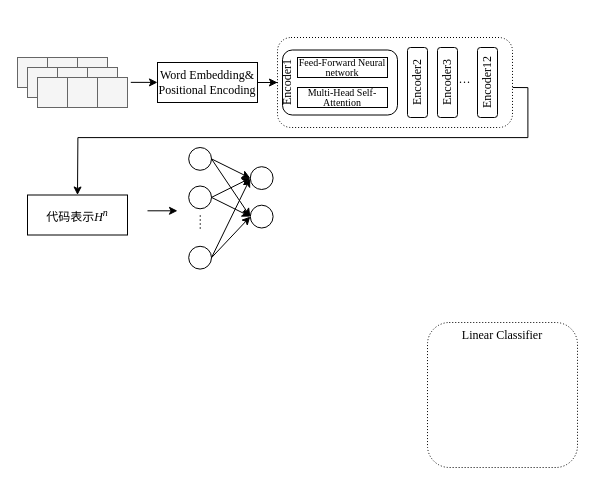
Before: 分类器学习.drawio in Adam-01/diagrams, a draw.io diagram. Source tidied: cells renumbered, new cells numbered last; positions are measured from the earlier drawing's top-left corner, leaving out a move shared by most shapes. Both pictures are drawn from the tidied source at 100%, with x=0, y=0 at pixel (17, 37).
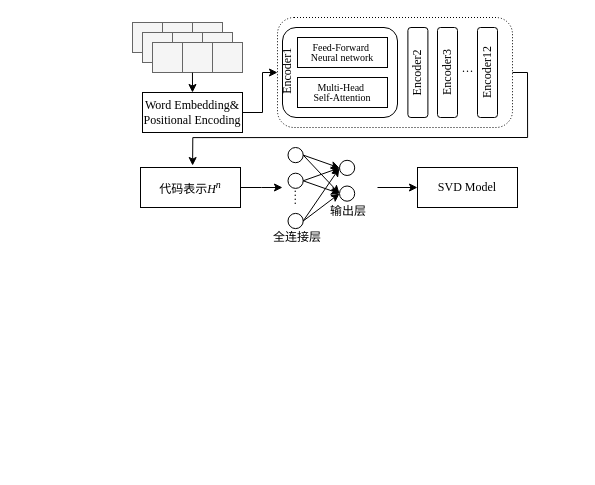
The same page after the edit.

Commit message (it also covers changes not shown here):
更新分类器学习.drawio

Diff of the diagram source:
```diff
@@
-    <mxCell id="2" value="&lt;div style=&quot;line-height: 100%;&quot;&gt;&lt;font style=&quot;font-size: 12px;&quot;&gt;Linear&amp;nbsp;&lt;/font&gt;&lt;span style=&quot;background-color: initial;&quot;&gt;Classifier&lt;/span&gt;&lt;/div&gt;" style="whiteSpace=wrap;html=1;rounded=1;fontFamily=Times New Roman;verticalAlign=top;strokeColor=default;dashed=1;dashPattern=1 2;" parent="1" vertex="1">
-      <mxGeometry x="410" y="285" width="150" height="145" as="geometry" />
-    </mxCell>
-    <mxCell id="3" style="edgeStyle=orthogonalEdgeStyle;rounded=0;jettySize=auto;html=1;exitX=1.11;exitY=0.162;exitDx=0;exitDy=0;entryX=0;entryY=0.5;entryDx=0;entryDy=0;exitPerimeter=0;fontFamily=Times New Roman;" parent="1" edge="1" source="14" target="5">
-      <mxGeometry relative="1" as="geometry" />
-    </mxCell>
@@
     <mxCell id="5" value="&lt;font style=&quot;font-size: 12px;&quot;&gt;Word Embedding&amp;amp;&lt;/font&gt;&lt;div&gt;&lt;font style=&quot;font-size: 12px;&quot;&gt;&lt;font&gt;Positional Encoding&lt;/font&gt;&lt;br&gt;&lt;/font&gt;&lt;/div&gt;" style="rounded=0;whiteSpace=wrap;html=1;fontFamily=Times New Roman;" parent="1" vertex="1">
-      <mxGeometry x="140" y="25" width="100" height="40" as="geometry" />
+      <mxGeometry x="125" y="55" width="100" height="40" as="geometry" />
     </mxCell>
     <mxCell id="6" style="whiteSpace=wrap;html=1;rounded=0;fillColor=#f5f5f5;fontColor=#333333;strokeColor=#666666;fontFamily=Times New Roman;" parent="1" vertex="1">
-      <mxGeometry y="20" width="30" height="30" as="geometry" />
+      <mxGeometry x="115" y="-15" width="30" height="30" as="geometry" />
     </mxCell>
     <mxCell id="7" style="whiteSpace=wrap;html=1;rounded=0;fillColor=#f5f5f5;fontColor=#333333;strokeColor=#666666;fontFamily=Times New Roman;" parent="1" vertex="1">
-      <mxGeometry x="30" y="20" width="30" height="30" as="geometry" />
+      <mxGeometry x="145" y="-15" width="30" height="30" as="geometry" />
     </mxCell>
     <mxCell id="8" style="whiteSpace=wrap;html=1;rounded=0;fillColor=#f5f5f5;fontColor=#333333;strokeColor=#666666;fontFamily=Times New Roman;" parent="1" vertex="1">
-      <mxGeometry x="60" y="20" width="30" height="30" as="geometry" />
+      <mxGeometry x="175" y="-15" width="30" height="30" as="geometry" />
     </mxCell>
     <mxCell id="9" style="whiteSpace=wrap;html=1;rounded=0;fillColor=#f5f5f5;fontColor=#333333;strokeColor=#666666;fontFamily=Times New Roman;" parent="1" vertex="1">
-      <mxGeometry x="10" y="30" width="30" height="30" as="geometry" />
+      <mxGeometry x="125" y="-5" width="30" height="30" as="geometry" />
     </mxCell>
     <mxCell id="10" style="whiteSpace=wrap;html=1;rounded=0;fillColor=#f5f5f5;fontColor=#333333;strokeColor=#666666;fontFamily=Times New Roman;" parent="1" vertex="1">
-      <mxGeometry x="40" y="30" width="30" height="30" as="geometry" />
+      <mxGeometry x="155" y="-5" width="30" height="30" as="geometry" />
     </mxCell>
     <mxCell id="11" style="whiteSpace=wrap;html=1;rounded=0;fillColor=#f5f5f5;fontColor=#333333;strokeColor=#666666;fontFamily=Times New Roman;" parent="1" vertex="1">
-      <mxGeometry x="70" y="30" width="30" height="30" as="geometry" />
+      <mxGeometry x="185" y="-5" width="30" height="30" as="geometry" />
     </mxCell>
     <mxCell id="12" style="whiteSpace=wrap;html=1;rounded=0;fillColor=#f5f5f5;fontColor=#333333;strokeColor=#666666;fontFamily=Times New Roman;" parent="1" vertex="1">
-      <mxGeometry x="20" y="40" width="30" height="30" as="geometry" />
+      <mxGeometry x="135" y="5" width="30" height="30" as="geometry" />
     </mxCell>
     <mxCell id="13" style="whiteSpace=wrap;html=1;rounded=0;fillColor=#f5f5f5;fontColor=#333333;strokeColor=#666666;fontFamily=Times New Roman;" parent="1" vertex="1">
-      <mxGeometry x="50" y="40" width="30" height="30" as="geometry" />
+      <mxGeometry x="165" y="5" width="30" height="30" as="geometry" />
     </mxCell>
     <mxCell id="14" style="whiteSpace=wrap;html=1;rounded=0;fillColor=#f5f5f5;fontColor=#333333;strokeColor=#666666;fontFamily=Times New Roman;" parent="1" vertex="1">
-      <mxGeometry x="80" y="40" width="30" height="30" as="geometry" />
+      <mxGeometry x="195" y="5" width="30" height="30" as="geometry" />
     </mxCell>
     <mxCell id="15" style="rounded=1;whiteSpace=wrap;html=1;fillColor=none;dashed=1;dashPattern=1 2;fontFamily=Times New Roman;" parent="1" vertex="1">
-      <mxGeometry x="260" width="235" height="90" as="geometry" />
+      <mxGeometry x="260" y="-20" width="235" height="110" as="geometry" />
     </mxCell>
     <mxCell id="16" value="&lt;div style=&quot;&quot;&gt;&lt;br&gt;&lt;/div&gt;" style="rounded=1;whiteSpace=wrap;html=1;fillColor=none;align=left;horizontal=0;labelPosition=center;verticalLabelPosition=middle;verticalAlign=middle;textDirection=ltr;fontFamily=Times New Roman;" parent="1" vertex="1">
-      <mxGeometry x="265" y="12.5" width="115" height="65" as="geometry" />
+      <mxGeometry x="265" y="-10" width="115" height="90" as="geometry" />
     </mxCell>
-    <mxCell id="17" value="&lt;div style=&quot;line-height: 100%; font-size: 10px;&quot;&gt;&lt;font style=&quot;font-size: 10px;&quot;&gt;Feed-Forward&amp;nbsp;&lt;/font&gt;&lt;span style=&quot;background-color: initial;&quot;&gt;Neural network&lt;/span&gt;&lt;/div&gt;" style="rounded=0;whiteSpace=wrap;html=1;fontFamily=Times New Roman;" parent="1" vertex="1">
-      <mxGeometry x="280" y="20" width="90" height="20" as="geometry" />
+    <mxCell id="17" value="&lt;div style=&quot;line-height: 100%; font-size: 10px;&quot;&gt;&lt;font style=&quot;font-size: 10px;&quot;&gt;Feed-Forward&amp;nbsp;&lt;/font&gt;&lt;/div&gt;&lt;div style=&quot;line-height: 100%; font-size: 10px;&quot;&gt;&lt;span style=&quot;background-color: initial;&quot;&gt;Neural network&lt;/span&gt;&lt;/div&gt;" style="rounded=0;whiteSpace=wrap;html=1;fontFamily=Times New Roman;" parent="1" vertex="1">
+      <mxGeometry x="280" width="90" height="30" as="geometry" />
     </mxCell>
-    <mxCell id="18" value="&lt;div style=&quot;font-size: 10px; line-height: 100%;&quot;&gt;&lt;font style=&quot;font-size: 10px;&quot;&gt;&lt;font style=&quot;font-size: 10px;&quot;&gt;Multi-Head&amp;nbsp;&lt;/font&gt;&lt;span style=&quot;background-color: initial;&quot;&gt;Self-Attention&lt;/span&gt;&lt;/font&gt;&lt;/div&gt;" style="rounded=0;whiteSpace=wrap;html=1;fontFamily=Times New Roman;" parent="1" vertex="1">
-      <mxGeometry x="280" y="50" width="90" height="20" as="geometry" />
+    <mxCell id="18" value="&lt;div style=&quot;line-height: 100%; font-size: 10px;&quot;&gt;&lt;font style=&quot;font-size: 10px;&quot;&gt;&lt;font style=&quot;font-size: 10px;&quot;&gt;Multi-Head&amp;nbsp;&lt;/font&gt;&lt;/font&gt;&lt;/div&gt;&lt;div style=&quot;line-height: 100%; font-size: 10px;&quot;&gt;&lt;font style=&quot;font-size: 10px;&quot;&gt;&lt;span style=&quot;background-color: initial;&quot;&gt;Self-Attention&lt;/span&gt;&lt;/font&gt;&lt;/div&gt;" style="rounded=0;whiteSpace=wrap;html=1;fontFamily=Times New Roman;" parent="1" vertex="1">
+      <mxGeometry x="280" y="40" width="90" height="30" as="geometry" />
     </mxCell>
     <mxCell id="19" value="&lt;div style=&quot;&quot;&gt;&lt;span style=&quot;background-color: initial;&quot;&gt;Encoder2&lt;/span&gt;&lt;/div&gt;" style="rounded=1;whiteSpace=wrap;html=1;fillColor=none;horizontal=0;align=center;fontFamily=Times New Roman;" parent="1" vertex="1">
-      <mxGeometry x="390" y="10" width="20" height="70" as="geometry" />
+      <mxGeometry x="390.4" y="-10" width="20" height="90" as="geometry" />
     </mxCell>
     <mxCell id="20" value="&lt;span style=&quot;&quot;&gt;Encoder3&lt;/span&gt;" style="rounded=1;whiteSpace=wrap;html=1;fillColor=none;horizontal=0;fontFamily=Times New Roman;" parent="1" vertex="1">
-      <mxGeometry x="420" y="10" width="20" height="70" as="geometry" />
+      <mxGeometry x="420" y="-10" width="20" height="90" as="geometry" />
     </mxCell>
     <mxCell id="21" value="&lt;span style=&quot;&quot;&gt;Encoder12&lt;/span&gt;" style="rounded=1;whiteSpace=wrap;html=1;fillColor=none;horizontal=0;fontFamily=Times New Roman;" parent="1" vertex="1">
-      <mxGeometry x="460" y="10" width="20" height="70" as="geometry" />
+      <mxGeometry x="460" y="-10" width="20" height="90" as="geometry" />
     </mxCell>
     <mxCell id="22" value="&lt;span style=&quot;text-align: left;&quot;&gt;Encoder1&lt;/span&gt;" style="text;html=1;align=center;verticalAlign=middle;whiteSpace=wrap;rounded=0;horizontal=0;fontFamily=Times New Roman;" parent="1" vertex="1">
-      <mxGeometry x="260" y="20" width="20" height="50" as="geometry" />
+      <mxGeometry x="260" y="8.8" width="20" height="50" as="geometry" />
     </mxCell>
     <mxCell id="23" value="···" style="text;html=1;align=center;verticalAlign=middle;whiteSpace=wrap;rounded=0;fontFamily=Times New Roman;" parent="1" vertex="1">
-      <mxGeometry x="435" y="35" width="25" height="20" as="geometry" />
+      <mxGeometry x="437.5" y="23.8" width="25" height="20" as="geometry" />
     </mxCell>
     <mxCell id="24" value="&lt;div&gt;&lt;font style=&quot;font-size: 12px;&quot;&gt;&lt;font face=&quot;宋体&quot;&gt;代码表示&lt;/font&gt;&lt;i style=&quot;&quot;&gt;H&lt;/i&gt;&lt;sup style=&quot;font-style: italic;&quot;&gt;n&lt;/sup&gt;&lt;br&gt;&lt;/font&gt;&lt;/div&gt;" style="rounded=0;whiteSpace=wrap;html=1;fontFamily=Times New Roman;" parent="1" vertex="1">
-      <mxGeometry x="10" y="157.5" width="100" height="40" as="geometry" />
+      <mxGeometry x="123" y="130" width="100" height="40" as="geometry" />
     </mxCell>
-    <mxCell id="25" style="endArrow=classic;html=1;rounded=0;entryX=0.5;entryY=0;entryDx=0;entryDy=0;exitX=0.999;exitY=0.554;exitDx=0;exitDy=0;exitPerimeter=0;fontFamily=Times New Roman;" parent="1" edge="1" target="24">
+    <mxCell id="25" style="endArrow=classic;html=1;rounded=0;fontFamily=Times New Roman;entryX=0.521;entryY=-0.049;entryDx=0;entryDy=0;entryPerimeter=0;exitX=1;exitY=0.5;exitDx=0;exitDy=0;" parent="1" edge="1" source="15" target="24">
       <mxGeometry relative="1" as="geometry">
-        <mxPoint x="495.2" y="50" as="sourcePoint" />
         <Array as="points">
-          <mxPoint x="510.4" y="50.1" />
-          <mxPoint x="510.4" y="100.1" />
-          <mxPoint x="60.4" y="100.1" />
+          <mxPoint x="510" y="35" />
+          <mxPoint x="510.1" y="100" />
+          <mxPoint x="175.3" y="100.1" />
         </Array>
       </mxGeometry>
     </mxCell>
-    <mxCell id="26" style="edgeStyle=orthogonalEdgeStyle;rounded=0;orthogonalLoop=1;jettySize=auto;html=1;fontFamily=Times New Roman;" parent="1" edge="1">
+    <mxCell id="26" style="edgeStyle=orthogonalEdgeStyle;rounded=0;jettySize=auto;html=1;fontFamily=Times New Roman;exitX=1;exitY=0.5;exitDx=0;exitDy=0;" parent="1" edge="1" source="24">
       <mxGeometry relative="1" as="geometry">
-        <mxPoint x="130" y="173.3" as="sourcePoint" />
-        <mxPoint x="160" y="173.8" as="targetPoint" />
+        <mxPoint x="265" y="150" as="targetPoint" />
       </mxGeometry>
     </mxCell>
     <mxCell id="27" style="group;" parent="1" vertex="1">
-      <mxGeometry x="171.2" y="110" width="98.8" height="124" as="geometry" />
+      <mxGeometry x="266" y="110" width="104" height="100" as="geometry" />
     </mxCell>
     <mxCell id="28" style="ellipse;whiteSpace=wrap;html=1;" parent="27" vertex="1">
-      <mxGeometry width="22.8" height="22.8" as="geometry" />
+      <mxGeometry x="4.5" width="15.2" height="15.2" as="geometry" />
     </mxCell>
     <mxCell id="29" style="ellipse;whiteSpace=wrap;html=1;" parent="27" vertex="1">
-      <mxGeometry y="38.5" width="22.8" height="22.8" as="geometry" />
+      <mxGeometry x="4.5" y="25.7" width="15.2" height="15.2" as="geometry" />
     </mxCell>
     <mxCell id="30" style="ellipse;whiteSpace=wrap;html=1;" parent="27" vertex="1">
-      <mxGeometry y="98.8" width="22.8" height="22.8" as="geometry" />
+      <mxGeometry x="4.5" y="65.9" width="15.2" height="15.2" as="geometry" />
     </mxCell>
     <mxCell id="31" style="ellipse;whiteSpace=wrap;html=1;" parent="27" vertex="1">
-      <mxGeometry x="61.6" y="19.2" width="22.8" height="22.8" as="geometry" />
+      <mxGeometry x="56" y="12.8" width="15.2" height="15.2" as="geometry" />
     </mxCell>
     <mxCell id="32" style="ellipse;whiteSpace=wrap;html=1;" parent="27" vertex="1">
-      <mxGeometry x="61.6" y="57.7" width="22.8" height="22.8" as="geometry" />
+      <mxGeometry x="56" y="38.5" width="15.2" height="15.2" as="geometry" />
     </mxCell>
@@
     <mxCell id="39" value="&lt;font face=&quot;Times New Roman&quot;&gt;····&lt;/font&gt;" style="text;html=1;align=center;verticalAlign=middle;whiteSpace=wrap;rounded=0;horizontal=0;" parent="27" vertex="1">
-      <mxGeometry x="-5.4" y="61.3" width="33.6" height="27.4" as="geometry" />
+      <mxGeometry x="-1.9" y="40.9" width="28.1" height="18.3" as="geometry" />
     </mxCell>
+    <mxCell id="40" value="&lt;font face=&quot;宋体&quot;&gt;全连接层&lt;/font&gt;" style="text;html=1;align=center;verticalAlign=middle;whiteSpace=wrap;rounded=0;" parent="27" vertex="1">
+      <mxGeometry x="-11" y="80" width="50.2" height="20" as="geometry" />
+    </mxCell>
+    <mxCell id="41" value="&lt;font face=&quot;宋体&quot;&gt;输出层&lt;/font&gt;" style="text;html=1;align=center;verticalAlign=middle;whiteSpace=wrap;rounded=0;" parent="27" vertex="1">
+      <mxGeometry x="40.4" y="53.7" width="50.2" height="20" as="geometry" />
+    </mxCell>
+    <mxCell id="42" value="&lt;div&gt;&lt;font face=&quot;Times New Roman&quot; style=&quot;font-size: 12px;&quot;&gt;SVD Model&lt;/font&gt;&lt;/div&gt;" style="rounded=0;whiteSpace=wrap;html=1;fontFamily=Times New Roman;" parent="1" vertex="1">
+      <mxGeometry x="400" y="130" width="100" height="40" as="geometry" />
+    </mxCell>
+    <mxCell id="43" style="endArrow=classic;html=1;rounded=0;" parent="1" edge="1">
+      <mxGeometry relative="1" as="geometry">
+        <mxPoint x="360" y="150" as="sourcePoint" />
+        <mxPoint x="400" y="150" as="targetPoint" />
+      </mxGeometry>
+    </mxCell>
+    <mxCell id="44" style="endArrow=classic;html=1;rounded=0;entryX=0.5;entryY=0;entryDx=0;entryDy=0;exitX=0.332;exitY=1.004;exitDx=0;exitDy=0;exitPerimeter=0;" parent="1" edge="1" source="13" target="5">
+      <mxGeometry relative="1" as="geometry" />
+    </mxCell>
```
